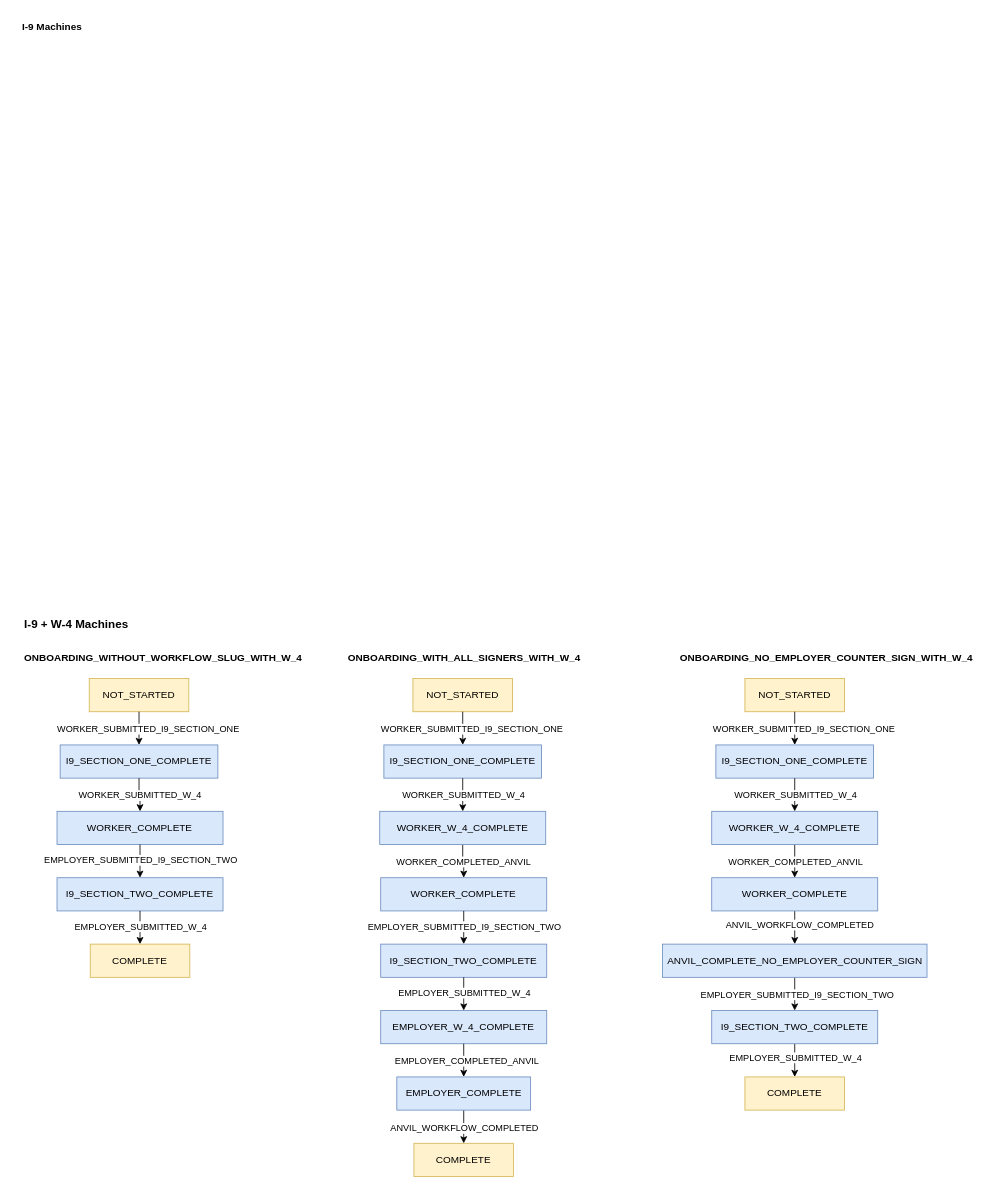
baldore/angelo keeps this draw.io diagram as state machines.drawio. Above is the earlier version. Source tidied: cells renumbered, new cells numbered last; positions are measured from the earlier drawing's top-left corner, leaving out a move shared by most shapes. Both pictures are drawn from the tidied source at 83%, with x=0, y=0 at pixel (14, 14).
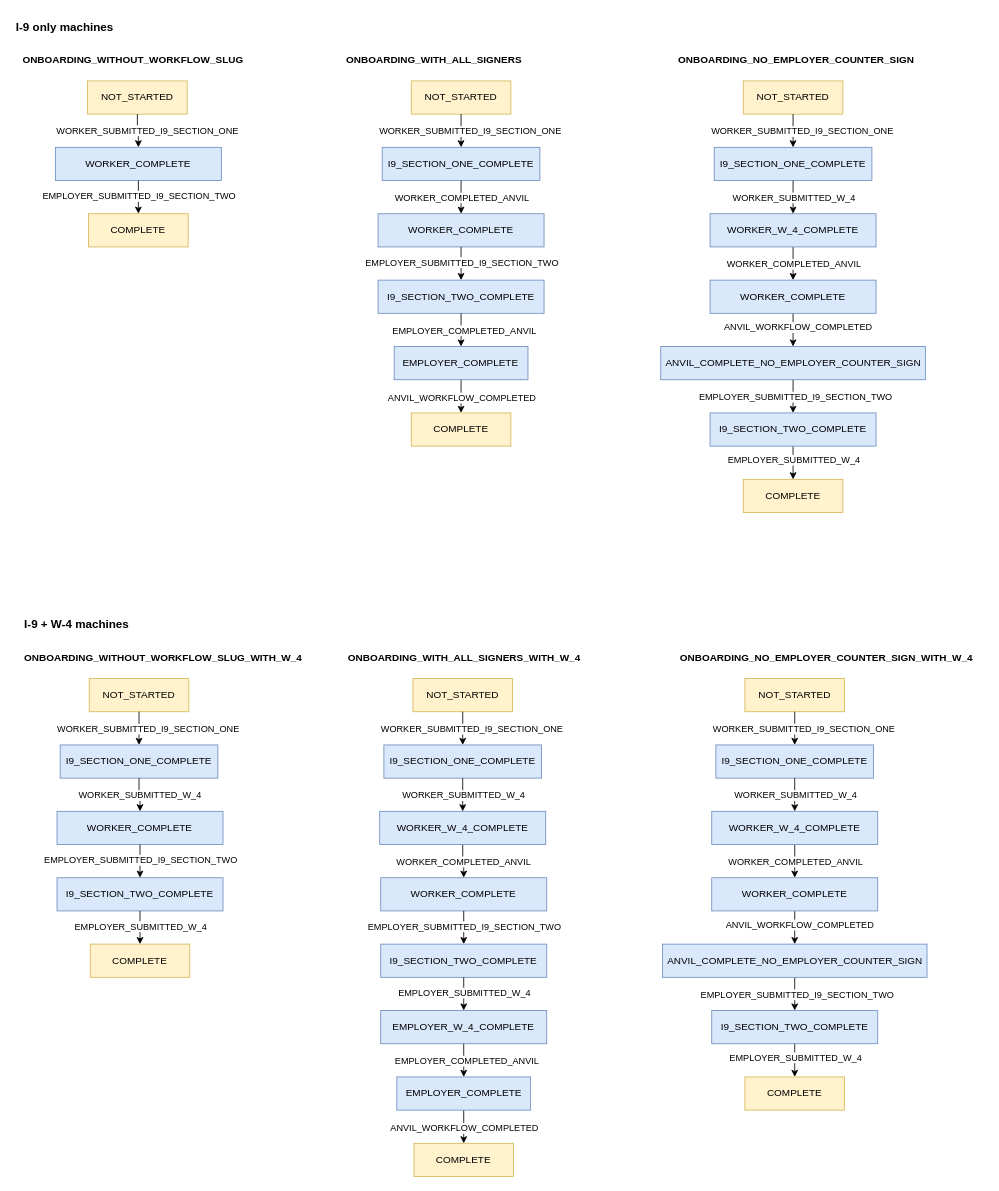
After the change.

Diff of the diagram source:
```diff
@@
-    <mxCell id="2" value="I-9 Machines" style="text;html=1;align=center;verticalAlign=middle;strokeColor=none;fillColor=none;fontStyle=1;" parent="1" vertex="1">
-      <mxGeometry width="90" height="30" as="geometry" />
-    </mxCell>
-    <mxCell id="3" value="I-9 + W-4 Machines" style="text;html=1;align=left;verticalAlign=middle;strokeColor=none;fillColor=none;fontStyle=1;fontSize=14;" parent="1" vertex="1">
+    <mxCell id="3" value="I-9 + W-4 machines" style="text;html=1;align=left;verticalAlign=middle;strokeColor=none;fillColor=none;fontStyle=1;fontSize=14;" parent="1" vertex="1">
       <mxGeometry x="10" y="720" width="140" height="30" as="geometry" />
     </mxCell>
@@
+    <mxCell id="61" value="NOT_STARTED" style="whiteSpace=wrap;html=1;fillColor=#fff2cc;strokeColor=#d6b656;" parent="1" vertex="1">
+      <mxGeometry x="88" y="80" width="120" height="40" as="geometry" />
+    </mxCell>
+    <mxCell id="62" value="COMPLETE" style="whiteSpace=wrap;html=1;fillColor=#fff2cc;strokeColor=#d6b656;" parent="1" vertex="1">
+      <mxGeometry x="89.2" y="240" width="120" height="40" as="geometry" />
+    </mxCell>
+    <mxCell id="63" style="edgeStyle=orthogonalEdgeStyle;rounded=0;jettySize=auto;html=1;entryX=0.5;entryY=0;entryDx=0;entryDy=0;exitX=0.5;exitY=1;exitDx=0;exitDy=0;" parent="1" edge="1" source="61" target="66">
+      <mxGeometry relative="1" as="geometry" />
+    </mxCell>
+    <mxCell id="64" value="WORKER_SUBMITTED_I9_SECTION_ONE" style="edgeLabel;html=1;align=center;verticalAlign=middle;" parent="63" vertex="1">
+      <mxGeometry y="2" relative="1" as="geometry">
+        <mxPoint x="8" as="offset" />
+      </mxGeometry>
+    </mxCell>
+    <mxCell id="65" value="ONBOARDING_WITHOUT_WORKFLOW_SLUG" style="text;html=1;align=left;verticalAlign=middle;strokeColor=none;fillColor=none;fontStyle=1;fontSize=12;" parent="1" vertex="1">
+      <mxGeometry x="8" y="40" width="290" height="30" as="geometry" />
+    </mxCell>
+    <mxCell id="66" value="WORKER_COMPLETE" style="whiteSpace=wrap;html=1;fillColor=#dae8fc;strokeColor=#6c8ebf;" parent="1" vertex="1">
+      <mxGeometry x="49.2" y="160" width="200" height="40" as="geometry" />
+    </mxCell>
+    <mxCell id="67" style="edgeStyle=orthogonalEdgeStyle;rounded=0;jettySize=auto;html=1;exitX=0.5;exitY=1;exitDx=0;exitDy=0;entryX=0.5;entryY=0;entryDx=0;entryDy=0;" parent="1" edge="1" source="66" target="62">
+      <mxGeometry relative="1" as="geometry" />
+    </mxCell>
+    <mxCell id="68" value="EMPLOYER_SUBMITTED_I9_SECTION_TWO" style="edgeLabel;html=1;align=center;verticalAlign=middle;" parent="67" vertex="1">
+      <mxGeometry x="-0.1" relative="1" as="geometry" />
+    </mxCell>
+    <mxCell id="69" value="NOT_STARTED" style="whiteSpace=wrap;html=1;fillColor=#fff2cc;strokeColor=#d6b656;" parent="1" vertex="1">
+      <mxGeometry x="478" y="80" width="120" height="40" as="geometry" />
+    </mxCell>
+    <mxCell id="70" value="COMPLETE" style="whiteSpace=wrap;html=1;fillColor=#fff2cc;strokeColor=#d6b656;" parent="1" vertex="1">
+      <mxGeometry x="478" y="480" width="120" height="40" as="geometry" />
+    </mxCell>
+    <mxCell id="71" style="edgeStyle=orthogonalEdgeStyle;rounded=0;jettySize=auto;html=1;entryX=0.5;entryY=0;entryDx=0;entryDy=0;exitX=0.5;exitY=1;exitDx=0;exitDy=0;" parent="1" edge="1" source="69" target="73">
+      <mxGeometry relative="1" as="geometry" />
+    </mxCell>
+    <mxCell id="72" value="WORKER_SUBMITTED_I9_SECTION_ONE" style="edgeLabel;html=1;align=center;verticalAlign=middle;" parent="71" vertex="1">
+      <mxGeometry y="2" relative="1" as="geometry">
+        <mxPoint x="8" as="offset" />
+      </mxGeometry>
+    </mxCell>
+    <mxCell id="73" value="I9_SECTION_ONE_COMPLETE" style="whiteSpace=wrap;html=1;fillColor=#dae8fc;strokeColor=#6c8ebf;" parent="1" vertex="1">
+      <mxGeometry x="443" y="160" width="190" height="40" as="geometry" />
+    </mxCell>
+    <mxCell id="74" value="ONBOARDING_WITH_ALL_SIGNERS" style="text;html=1;align=left;verticalAlign=middle;strokeColor=none;fillColor=none;fontStyle=1;fontSize=12;" parent="1" vertex="1">
+      <mxGeometry x="398" y="40" width="230" height="30" as="geometry" />
+    </mxCell>
+    <mxCell id="75" style="edgeStyle=orthogonalEdgeStyle;rounded=0;jettySize=auto;html=1;entryX=0.5;entryY=0;entryDx=0;entryDy=0;exitX=0.5;exitY=1;exitDx=0;exitDy=0;" parent="1" edge="1" source="73" target="77">
+      <mxGeometry relative="1" as="geometry" />
+    </mxCell>
+    <mxCell id="76" value="WORKER_COMPLETED_ANVIL" style="edgeLabel;html=1;align=center;verticalAlign=middle;" parent="75" vertex="1">
+      <mxGeometry x="-0.01" relative="1" as="geometry" />
+    </mxCell>
+    <mxCell id="77" value="WORKER_COMPLETE" style="whiteSpace=wrap;html=1;fillColor=#dae8fc;strokeColor=#6c8ebf;" parent="1" vertex="1">
+      <mxGeometry x="438" y="240" width="200" height="40" as="geometry" />
+    </mxCell>
+    <mxCell id="78" style="edgeStyle=orthogonalEdgeStyle;rounded=0;jettySize=auto;html=1;exitX=0.5;exitY=1;exitDx=0;exitDy=0;" parent="1" edge="1" source="77" target="80">
+      <mxGeometry relative="1" as="geometry" />
+    </mxCell>
+    <mxCell id="79" value="EMPLOYER_SUBMITTED_I9_SECTION_TWO" style="edgeLabel;html=1;align=center;verticalAlign=middle;" parent="78" vertex="1">
+      <mxGeometry x="-0.1" relative="1" as="geometry" />
+    </mxCell>
+    <mxCell id="80" value="I9_SECTION_TWO_COMPLETE" style="whiteSpace=wrap;html=1;fillColor=#dae8fc;strokeColor=#6c8ebf;" parent="1" vertex="1">
+      <mxGeometry x="438" y="320" width="200" height="40" as="geometry" />
+    </mxCell>
+    <mxCell id="81" style="edgeStyle=orthogonalEdgeStyle;rounded=0;jettySize=auto;html=1;entryX=0.5;entryY=0;entryDx=0;entryDy=0;exitX=0.5;exitY=1;exitDx=0;exitDy=0;" parent="1" edge="1" source="80" target="85">
+      <mxGeometry relative="1" as="geometry" />
+    </mxCell>
+    <mxCell id="82" value="EMPLOYER_COMPLETED_ANVIL" style="edgeLabel;html=1;align=center;verticalAlign=middle;" parent="81" vertex="1">
+      <mxGeometry x="-0.01" y="3" relative="1" as="geometry" />
+    </mxCell>
+    <mxCell id="83" style="edgeStyle=orthogonalEdgeStyle;rounded=0;jettySize=auto;html=1;" parent="1" edge="1" source="85" target="70">
+      <mxGeometry relative="1" as="geometry" />
+    </mxCell>
+    <mxCell id="84" value="ANVIL_WORKFLOW_COMPLETED" style="edgeLabel;html=1;align=center;verticalAlign=middle;" parent="83" vertex="1">
+      <mxGeometry x="-0.15" relative="1" as="geometry">
+        <mxPoint y="4" as="offset" />
+      </mxGeometry>
+    </mxCell>
+    <mxCell id="85" value="EMPLOYER_COMPLETE" style="whiteSpace=wrap;html=1;fillColor=#dae8fc;strokeColor=#6c8ebf;" parent="1" vertex="1">
+      <mxGeometry x="457.4" y="400" width="161.2" height="40" as="geometry" />
+    </mxCell>
+    <mxCell id="86" value="NOT_STARTED" style="whiteSpace=wrap;html=1;fillColor=#fff2cc;strokeColor=#d6b656;" parent="1" vertex="1">
+      <mxGeometry x="878" y="80" width="120" height="40" as="geometry" />
+    </mxCell>
+    <mxCell id="87" value="COMPLETE" style="whiteSpace=wrap;html=1;fillColor=#fff2cc;strokeColor=#d6b656;" parent="1" vertex="1">
+      <mxGeometry x="878" y="560" width="120" height="40" as="geometry" />
+    </mxCell>
+    <mxCell id="88" style="edgeStyle=orthogonalEdgeStyle;rounded=0;jettySize=auto;html=1;entryX=0.5;entryY=0;entryDx=0;entryDy=0;exitX=0.5;exitY=1;exitDx=0;exitDy=0;" parent="1" edge="1" source="86" target="90">
+      <mxGeometry relative="1" as="geometry" />
+    </mxCell>
+    <mxCell id="89" value="WORKER_SUBMITTED_I9_SECTION_ONE" style="edgeLabel;html=1;align=center;verticalAlign=middle;" parent="88" vertex="1">
+      <mxGeometry y="2" relative="1" as="geometry">
+        <mxPoint x="8" as="offset" />
+      </mxGeometry>
+    </mxCell>
+    <mxCell id="90" value="I9_SECTION_ONE_COMPLETE" style="whiteSpace=wrap;html=1;fillColor=#dae8fc;strokeColor=#6c8ebf;" parent="1" vertex="1">
+      <mxGeometry x="843" y="160" width="190" height="40" as="geometry" />
+    </mxCell>
+    <mxCell id="91" value="ONBOARDING_NO_EMPLOYER_COUNTER_SIGN" style="text;html=1;align=left;verticalAlign=middle;strokeColor=none;fillColor=none;fontStyle=1;fontSize=12;" parent="1" vertex="1">
+      <mxGeometry x="798" y="40" width="310" height="30" as="geometry" />
+    </mxCell>
+    <mxCell id="92" style="edgeStyle=orthogonalEdgeStyle;rounded=0;jettySize=auto;html=1;exitX=0.5;exitY=1;exitDx=0;exitDy=0;" parent="1" edge="1" source="90" target="96">
+      <mxGeometry relative="1" as="geometry" />
+    </mxCell>
+    <mxCell id="93" value="WORKER_SUBMITTED_W_4" style="edgeLabel;html=1;align=center;verticalAlign=middle;" parent="92" vertex="1">
+      <mxGeometry x="-0.2" y="-2" relative="1" as="geometry">
+        <mxPoint x="2" y="4" as="offset" />
+      </mxGeometry>
+    </mxCell>
+    <mxCell id="94" style="edgeStyle=orthogonalEdgeStyle;rounded=0;jettySize=auto;html=1;entryX=0.5;entryY=0;entryDx=0;entryDy=0;" parent="1" edge="1" source="96" target="99">
+      <mxGeometry relative="1" as="geometry" />
+    </mxCell>
+    <mxCell id="95" value="WORKER_COMPLETED_ANVIL" style="edgeLabel;html=1;align=center;verticalAlign=middle;" parent="94" vertex="1">
+      <mxGeometry x="-0.01" relative="1" as="geometry" />
+    </mxCell>
+    <mxCell id="96" value="WORKER_W_4_COMPLETE" style="whiteSpace=wrap;html=1;fillColor=#dae8fc;strokeColor=#6c8ebf;" parent="1" vertex="1">
+      <mxGeometry x="838" y="240" width="200" height="40" as="geometry" />
+    </mxCell>
+    <mxCell id="97" style="edgeStyle=orthogonalEdgeStyle;rounded=0;jettySize=auto;html=1;entryX=0.5;entryY=0;entryDx=0;entryDy=0;" parent="1" edge="1" source="99" target="102">
+      <mxGeometry relative="1" as="geometry" />
+    </mxCell>
+    <mxCell id="98" value="ANVIL_WORKFLOW_COMPLETED" style="edgeLabel;html=1;align=center;verticalAlign=middle;" parent="97" vertex="1">
+      <mxGeometry x="-0.19" y="5" relative="1" as="geometry" />
+    </mxCell>
+    <mxCell id="99" value="WORKER_COMPLETE" style="whiteSpace=wrap;html=1;fillColor=#dae8fc;strokeColor=#6c8ebf;" parent="1" vertex="1">
+      <mxGeometry x="838" y="320" width="200" height="40" as="geometry" />
+    </mxCell>
+    <mxCell id="100" style="edgeStyle=orthogonalEdgeStyle;rounded=0;jettySize=auto;html=1;entryX=0.5;entryY=0;entryDx=0;entryDy=0;" parent="1" edge="1" source="102" target="105">
+      <mxGeometry relative="1" as="geometry" />
+    </mxCell>
+    <mxCell id="101" value="EMPLOYER_SUBMITTED_I9_SECTION_TWO" style="edgeLabel;html=1;align=center;verticalAlign=middle;" parent="100" vertex="1">
+      <mxGeometry x="-0.01" y="2" relative="1" as="geometry" />
+    </mxCell>
+    <mxCell id="102" value="ANVIL_COMPLETE_NO_EMPLOYER_COUNTER_SIGN" style="whiteSpace=wrap;html=1;fillColor=#dae8fc;strokeColor=#6c8ebf;" parent="1" vertex="1">
+      <mxGeometry x="778.6" y="400" width="318.8" height="40" as="geometry" />
+    </mxCell>
+    <mxCell id="103" style="edgeStyle=orthogonalEdgeStyle;rounded=0;jettySize=auto;html=1;entryX=0.5;entryY=0;entryDx=0;entryDy=0;" parent="1" edge="1" source="105" target="87">
+      <mxGeometry relative="1" as="geometry" />
+    </mxCell>
+    <mxCell id="104" value="EMPLOYER_SUBMITTED_W_4" style="edgeLabel;html=1;align=center;verticalAlign=middle;" parent="103" vertex="1">
+      <mxGeometry x="-0.19" relative="1" as="geometry" />
+    </mxCell>
+    <mxCell id="105" value="I9_SECTION_TWO_COMPLETE" style="whiteSpace=wrap;html=1;fillColor=#dae8fc;strokeColor=#6c8ebf;" parent="1" vertex="1">
+      <mxGeometry x="838" y="480" width="200" height="40" as="geometry" />
+    </mxCell>
+    <mxCell id="106" value="I-9 only machines" style="text;html=1;align=left;verticalAlign=middle;strokeColor=none;fillColor=none;fontStyle=1;fontSize=14;" parent="1" vertex="1">
+      <mxGeometry width="130" height="30" as="geometry" />
+    </mxCell>
```
